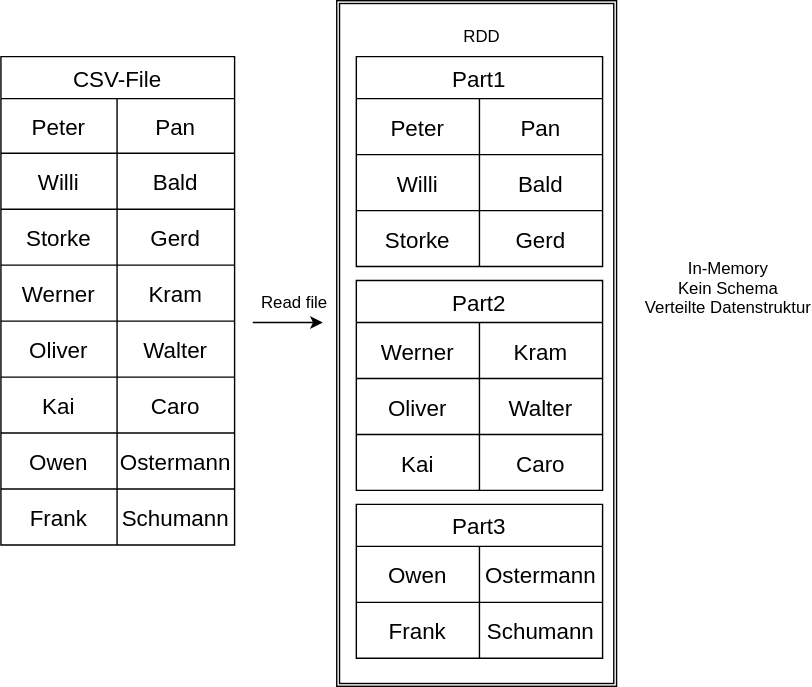
dancier/spark-course keeps this draw.io diagram as course/01-RDD/RDD-basics.dio.svg. Above is the earlier version. Source tidied: cells renumbered, new cells last; positions are measured from the earlier drawing's top-left corner, leaving out a move shared by most shapes.
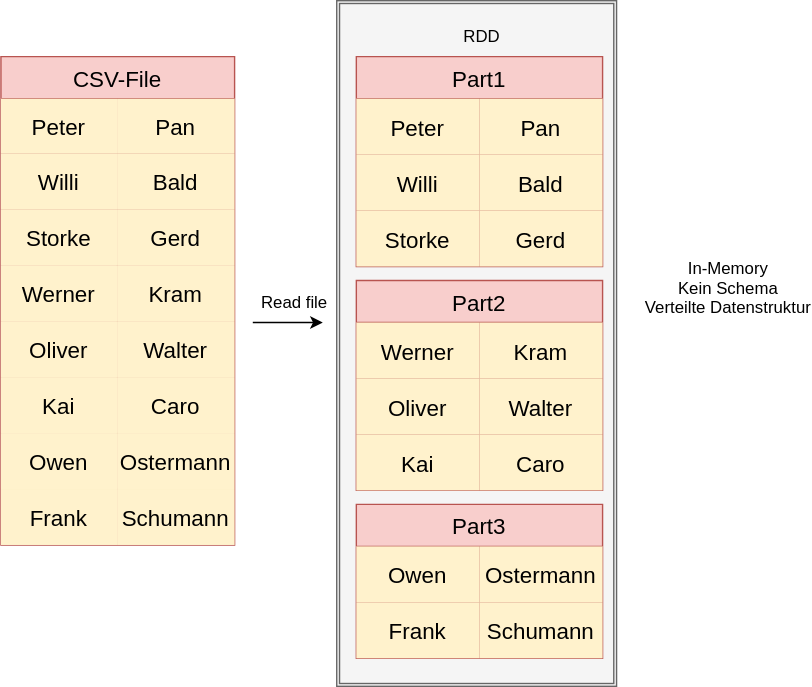
Above is the later version.

What changed in the source:
```diff
@@ -2,82 +2,82 @@
   <root>
     <mxCell id="0" />
     <mxCell id="1" parent="0" />
-    <mxCell id="2" style="shape=ext;double=1;rounded=0;" parent="1" vertex="1">
+    <mxCell id="2" style="shape=ext;double=1;rounded=0;fillColor=#f5f5f5;fontColor=#333333;strokeColor=#666666;" parent="1" vertex="1">
       <mxGeometry x="240" width="200" height="490" as="geometry" />
     </mxCell>
-    <mxCell id="3" value="CSV-File" style="shape=table;startSize=30;strokeColor=default;fontSize=16;" parent="1" vertex="1">
+    <mxCell id="3" value="CSV-File" style="shape=table;startSize=30;strokeColor=#b85450;fontSize=16;fillColor=#f8cecc;" parent="1" vertex="1">
       <mxGeometry y="40" width="167" height="349" as="geometry" />
     </mxCell>
     <mxCell id="4" style="shape=tableRow;horizontal=0;startSize=0;swimlaneHead=0;swimlaneBody=0;strokeColor=inherit;top=0;left=0;bottom=0;right=0;fillColor=none;fontSize=16;" parent="3" vertex="1">
       <mxGeometry y="30" width="167" height="39" as="geometry" />
     </mxCell>
-    <mxCell id="5" value="Peter" style="shape=partialRectangle;strokeColor=inherit;overflow=hidden;fillColor=none;top=0;left=0;bottom=0;right=0;fontSize=16;" parent="4" vertex="1">
+    <mxCell id="5" value="Peter" style="shape=partialRectangle;strokeColor=#d6b656;overflow=hidden;fillColor=#fff2cc;top=0;left=0;bottom=0;right=0;fontSize=16;" parent="4" vertex="1">
       <mxGeometry width="83" height="39" as="geometry" />
     </mxCell>
-    <mxCell id="6" value="Pan" style="shape=partialRectangle;strokeColor=inherit;overflow=hidden;fillColor=none;top=0;left=0;bottom=0;right=0;fontSize=16;" parent="4" vertex="1">
+    <mxCell id="6" value="Pan" style="shape=partialRectangle;strokeColor=#d6b656;overflow=hidden;fillColor=#fff2cc;top=0;left=0;bottom=0;right=0;fontSize=16;" parent="4" vertex="1">
       <mxGeometry x="83" width="84" height="39" as="geometry" />
     </mxCell>
     <mxCell id="7" style="shape=tableRow;horizontal=0;startSize=0;swimlaneHead=0;swimlaneBody=0;strokeColor=inherit;top=0;left=0;bottom=0;right=0;fillColor=none;fontSize=16;" parent="3" vertex="1">
       <mxGeometry y="69" width="167" height="40" as="geometry" />
     </mxCell>
-    <mxCell id="8" value="Willi" style="shape=partialRectangle;strokeColor=inherit;overflow=hidden;fillColor=none;top=0;left=0;bottom=0;right=0;fontSize=16;" parent="7" vertex="1">
+    <mxCell id="8" value="Willi" style="shape=partialRectangle;strokeColor=#d6b656;overflow=hidden;fillColor=#fff2cc;top=0;left=0;bottom=0;right=0;fontSize=16;" parent="7" vertex="1">
       <mxGeometry width="83" height="40" as="geometry" />
     </mxCell>
-    <mxCell id="9" value="Bald" style="shape=partialRectangle;strokeColor=inherit;overflow=hidden;fillColor=none;top=0;left=0;bottom=0;right=0;fontSize=16;" parent="7" vertex="1">
+    <mxCell id="9" value="Bald" style="shape=partialRectangle;strokeColor=#d6b656;overflow=hidden;fillColor=#fff2cc;top=0;left=0;bottom=0;right=0;fontSize=16;" parent="7" vertex="1">
       <mxGeometry x="83" width="84" height="40" as="geometry" />
     </mxCell>
     <mxCell id="10" style="shape=tableRow;horizontal=0;startSize=0;swimlaneHead=0;swimlaneBody=0;strokeColor=inherit;top=0;left=0;bottom=0;right=0;fillColor=none;fontSize=16;" parent="3" vertex="1">
       <mxGeometry y="109" width="167" height="40" as="geometry" />
     </mxCell>
-    <mxCell id="11" value="Storke" style="shape=partialRectangle;strokeColor=inherit;overflow=hidden;fillColor=none;top=0;left=0;bottom=0;right=0;fontSize=16;" parent="10" vertex="1">
+    <mxCell id="11" value="Storke" style="shape=partialRectangle;strokeColor=#d6b656;overflow=hidden;fillColor=#fff2cc;top=0;left=0;bottom=0;right=0;fontSize=16;" parent="10" vertex="1">
       <mxGeometry width="83" height="40" as="geometry" />
     </mxCell>
-    <mxCell id="12" value="Gerd" style="shape=partialRectangle;strokeColor=inherit;overflow=hidden;fillColor=none;top=0;left=0;bottom=0;right=0;fontSize=16;" parent="10" vertex="1">
+    <mxCell id="12" value="Gerd" style="shape=partialRectangle;strokeColor=#d6b656;overflow=hidden;fillColor=#fff2cc;top=0;left=0;bottom=0;right=0;fontSize=16;" parent="10" vertex="1">
       <mxGeometry x="83" width="84" height="40" as="geometry" />
     </mxCell>
     <mxCell id="13" style="shape=tableRow;horizontal=0;startSize=0;swimlaneHead=0;swimlaneBody=0;strokeColor=inherit;top=0;left=0;bottom=0;right=0;fillColor=none;fontSize=16;" parent="3" vertex="1">
       <mxGeometry y="149" width="167" height="40" as="geometry" />
     </mxCell>
-    <mxCell id="14" value="Werner" style="shape=partialRectangle;strokeColor=inherit;overflow=hidden;fillColor=none;top=0;left=0;bottom=0;right=0;fontSize=16;" parent="13" vertex="1">
+    <mxCell id="14" value="Werner" style="shape=partialRectangle;strokeColor=#d6b656;overflow=hidden;fillColor=#fff2cc;top=0;left=0;bottom=0;right=0;fontSize=16;" parent="13" vertex="1">
       <mxGeometry width="83" height="40" as="geometry" />
     </mxCell>
-    <mxCell id="15" value="Kram" style="shape=partialRectangle;strokeColor=inherit;overflow=hidden;fillColor=none;top=0;left=0;bottom=0;right=0;fontSize=16;" parent="13" vertex="1">
+    <mxCell id="15" value="Kram" style="shape=partialRectangle;strokeColor=#d6b656;overflow=hidden;fillColor=#fff2cc;top=0;left=0;bottom=0;right=0;fontSize=16;" parent="13" vertex="1">
       <mxGeometry x="83" width="84" height="40" as="geometry" />
     </mxCell>
     <mxCell id="16" style="shape=tableRow;horizontal=0;startSize=0;swimlaneHead=0;swimlaneBody=0;strokeColor=inherit;top=0;left=0;bottom=0;right=0;fillColor=none;fontSize=16;" parent="3" vertex="1">
       <mxGeometry y="189" width="167" height="40" as="geometry" />
     </mxCell>
-    <mxCell id="17" value="Oliver" style="shape=partialRectangle;strokeColor=inherit;overflow=hidden;fillColor=none;top=0;left=0;bottom=0;right=0;fontSize=16;" parent="16" vertex="1">
+    <mxCell id="17" value="Oliver" style="shape=partialRectangle;strokeColor=#d6b656;overflow=hidden;fillColor=#fff2cc;top=0;left=0;bottom=0;right=0;fontSize=16;" parent="16" vertex="1">
       <mxGeometry width="83" height="40" as="geometry" />
     </mxCell>
-    <mxCell id="18" value="Walter" style="shape=partialRectangle;strokeColor=inherit;overflow=hidden;fillColor=none;top=0;left=0;bottom=0;right=0;fontSize=16;" parent="16" vertex="1">
+    <mxCell id="18" value="Walter" style="shape=partialRectangle;strokeColor=#d6b656;overflow=hidden;fillColor=#fff2cc;top=0;left=0;bottom=0;right=0;fontSize=16;" parent="16" vertex="1">
       <mxGeometry x="83" width="84" height="40" as="geometry" />
     </mxCell>
     <mxCell id="19" style="shape=tableRow;horizontal=0;startSize=0;swimlaneHead=0;swimlaneBody=0;strokeColor=inherit;top=0;left=0;bottom=0;right=0;fillColor=none;fontSize=16;" parent="3" vertex="1">
       <mxGeometry y="229" width="167" height="40" as="geometry" />
     </mxCell>
-    <mxCell id="20" value="Kai" style="shape=partialRectangle;strokeColor=inherit;overflow=hidden;fillColor=none;top=0;left=0;bottom=0;right=0;fontSize=16;" parent="19" vertex="1">
+    <mxCell id="20" value="Kai" style="shape=partialRectangle;strokeColor=#d6b656;overflow=hidden;fillColor=#fff2cc;top=0;left=0;bottom=0;right=0;fontSize=16;" parent="19" vertex="1">
       <mxGeometry width="83" height="40" as="geometry" />
     </mxCell>
-    <mxCell id="21" value="Caro" style="shape=partialRectangle;strokeColor=inherit;overflow=hidden;fillColor=none;top=0;left=0;bottom=0;right=0;fontSize=16;" parent="19" vertex="1">
+    <mxCell id="21" value="Caro" style="shape=partialRectangle;strokeColor=#d6b656;overflow=hidden;fillColor=#fff2cc;top=0;left=0;bottom=0;right=0;fontSize=16;" parent="19" vertex="1">
       <mxGeometry x="83" width="84" height="40" as="geometry" />
     </mxCell>
     <mxCell id="22" style="shape=tableRow;horizontal=0;startSize=0;swimlaneHead=0;swimlaneBody=0;strokeColor=inherit;top=0;left=0;bottom=0;right=0;fillColor=none;fontSize=16;" parent="3" vertex="1">
       <mxGeometry y="269" width="167" height="40" as="geometry" />
     </mxCell>
-    <mxCell id="23" value="Owen" style="shape=partialRectangle;strokeColor=inherit;overflow=hidden;fillColor=none;top=0;left=0;bottom=0;right=0;fontSize=16;" parent="22" vertex="1">
+    <mxCell id="23" value="Owen" style="shape=partialRectangle;strokeColor=#d6b656;overflow=hidden;fillColor=#fff2cc;top=0;left=0;bottom=0;right=0;fontSize=16;" parent="22" vertex="1">
       <mxGeometry width="83" height="40" as="geometry" />
     </mxCell>
-    <mxCell id="24" value="Ostermann" style="shape=partialRectangle;strokeColor=inherit;overflow=hidden;fillColor=none;top=0;left=0;bottom=0;right=0;fontSize=16;" parent="22" vertex="1">
+    <mxCell id="24" value="Ostermann" style="shape=partialRectangle;strokeColor=#d6b656;overflow=hidden;fillColor=#fff2cc;top=0;left=0;bottom=0;right=0;fontSize=16;" parent="22" vertex="1">
       <mxGeometry x="83" width="84" height="40" as="geometry" />
     </mxCell>
     <mxCell id="25" style="shape=tableRow;horizontal=0;startSize=0;swimlaneHead=0;swimlaneBody=0;strokeColor=inherit;top=0;left=0;bottom=0;right=0;fillColor=none;fontSize=16;" parent="3" vertex="1">
       <mxGeometry y="309" width="167" height="40" as="geometry" />
     </mxCell>
-    <mxCell id="26" value="Frank" style="shape=partialRectangle;strokeColor=inherit;overflow=hidden;fillColor=none;top=0;left=0;bottom=0;right=0;fontSize=16;" parent="25" vertex="1">
+    <mxCell id="26" value="Frank" style="shape=partialRectangle;strokeColor=#d6b656;overflow=hidden;fillColor=#fff2cc;top=0;left=0;bottom=0;right=0;fontSize=16;" parent="25" vertex="1">
       <mxGeometry width="83" height="40" as="geometry" />
     </mxCell>
-    <mxCell id="27" value="Schumann" style="shape=partialRectangle;strokeColor=inherit;overflow=hidden;fillColor=none;top=0;left=0;bottom=0;right=0;fontSize=16;" parent="25" vertex="1">
+    <mxCell id="27" value="Schumann" style="shape=partialRectangle;strokeColor=#d6b656;overflow=hidden;fillColor=#fff2cc;top=0;left=0;bottom=0;right=0;fontSize=16;" parent="25" vertex="1">
       <mxGeometry x="83" width="84" height="40" as="geometry" />
     </mxCell>
     <mxCell id="28" style="endArrow=classic;rounded=0;" parent="1" edge="1">
@@ -86,85 +86,85 @@
         <mxPoint x="230" y="230" as="targetPoint" />
       </mxGeometry>
     </mxCell>
-    <mxCell id="29" value="Part1" style="shape=table;startSize=30;strokeColor=default;fontSize=16;" parent="1" vertex="1">
+    <mxCell id="29" value="Part1" style="shape=table;startSize=30;strokeColor=#b85450;fontSize=16;fillColor=#f8cecc;" parent="1" vertex="1">
       <mxGeometry x="254" y="40" width="176" height="150" as="geometry" />
     </mxCell>
     <mxCell id="30" style="shape=tableRow;horizontal=0;startSize=0;swimlaneHead=0;swimlaneBody=0;strokeColor=inherit;top=0;left=0;bottom=0;right=0;fillColor=none;fontSize=16;" parent="29" vertex="1">
       <mxGeometry y="30" width="176" height="40" as="geometry" />
     </mxCell>
-    <mxCell id="31" value="Peter" style="shape=partialRectangle;strokeColor=inherit;overflow=hidden;fillColor=none;top=0;left=0;bottom=0;right=0;fontSize=16;" parent="30" vertex="1">
+    <mxCell id="31" value="Peter" style="shape=partialRectangle;strokeColor=#d6b656;overflow=hidden;fillColor=#fff2cc;top=0;left=0;bottom=0;right=0;fontSize=16;" parent="30" vertex="1">
       <mxGeometry width="88" height="40" as="geometry" />
     </mxCell>
-    <mxCell id="32" value="Pan" style="shape=partialRectangle;strokeColor=inherit;overflow=hidden;fillColor=none;top=0;left=0;bottom=0;right=0;fontSize=16;" parent="30" vertex="1">
+    <mxCell id="32" value="Pan" style="shape=partialRectangle;strokeColor=#d6b656;overflow=hidden;fillColor=#fff2cc;top=0;left=0;bottom=0;right=0;fontSize=16;" parent="30" vertex="1">
       <mxGeometry x="88" width="88" height="40" as="geometry" />
     </mxCell>
     <mxCell id="33" style="shape=tableRow;horizontal=0;startSize=0;swimlaneHead=0;swimlaneBody=0;strokeColor=inherit;top=0;left=0;bottom=0;right=0;fillColor=none;fontSize=16;" parent="29" vertex="1">
       <mxGeometry y="70" width="176" height="40" as="geometry" />
     </mxCell>
-    <mxCell id="34" value="Willi" style="shape=partialRectangle;strokeColor=inherit;overflow=hidden;fillColor=none;top=0;left=0;bottom=0;right=0;fontSize=16;" parent="33" vertex="1">
+    <mxCell id="34" value="Willi" style="shape=partialRectangle;strokeColor=#d6b656;overflow=hidden;fillColor=#fff2cc;top=0;left=0;bottom=0;right=0;fontSize=16;" parent="33" vertex="1">
       <mxGeometry width="88" height="40" as="geometry" />
     </mxCell>
-    <mxCell id="35" value="Bald" style="shape=partialRectangle;strokeColor=inherit;overflow=hidden;fillColor=none;top=0;left=0;bottom=0;right=0;fontSize=16;" parent="33" vertex="1">
+    <mxCell id="35" value="Bald" style="shape=partialRectangle;strokeColor=#d6b656;overflow=hidden;fillColor=#fff2cc;top=0;left=0;bottom=0;right=0;fontSize=16;" parent="33" vertex="1">
       <mxGeometry x="88" width="88" height="40" as="geometry" />
     </mxCell>
     <mxCell id="36" style="shape=tableRow;horizontal=0;startSize=0;swimlaneHead=0;swimlaneBody=0;strokeColor=inherit;top=0;left=0;bottom=0;right=0;fillColor=none;fontSize=16;" parent="29" vertex="1">
       <mxGeometry y="110" width="176" height="40" as="geometry" />
     </mxCell>
-    <mxCell id="37" value="Storke" style="shape=partialRectangle;strokeColor=inherit;overflow=hidden;fillColor=none;top=0;left=0;bottom=0;right=0;fontSize=16;" parent="36" vertex="1">
+    <mxCell id="37" value="Storke" style="shape=partialRectangle;strokeColor=#d6b656;overflow=hidden;fillColor=#fff2cc;top=0;left=0;bottom=0;right=0;fontSize=16;" parent="36" vertex="1">
       <mxGeometry width="88" height="40" as="geometry" />
     </mxCell>
-    <mxCell id="38" value="Gerd" style="shape=partialRectangle;strokeColor=inherit;overflow=hidden;fillColor=none;top=0;left=0;bottom=0;right=0;fontSize=16;" parent="36" vertex="1">
+    <mxCell id="38" value="Gerd" style="shape=partialRectangle;strokeColor=#d6b656;overflow=hidden;fillColor=#fff2cc;top=0;left=0;bottom=0;right=0;fontSize=16;" parent="36" vertex="1">
       <mxGeometry x="88" width="88" height="40" as="geometry" />
     </mxCell>
-    <mxCell id="39" value="Part2" style="shape=table;startSize=30;strokeColor=default;fontSize=16;" parent="1" vertex="1">
+    <mxCell id="39" value="Part2" style="shape=table;startSize=30;strokeColor=#b85450;fontSize=16;fillColor=#f8cecc;" parent="1" vertex="1">
       <mxGeometry x="254" y="200" width="176" height="150" as="geometry" />
     </mxCell>
     <mxCell id="40" style="shape=tableRow;horizontal=0;startSize=0;swimlaneHead=0;swimlaneBody=0;strokeColor=inherit;top=0;left=0;bottom=0;right=0;fillColor=none;fontSize=16;" parent="39" vertex="1">
       <mxGeometry y="30" width="176" height="40" as="geometry" />
     </mxCell>
-    <mxCell id="41" value="Werner" style="shape=partialRectangle;strokeColor=inherit;overflow=hidden;fillColor=none;top=0;left=0;bottom=0;right=0;fontSize=16;" parent="40" vertex="1">
+    <mxCell id="41" value="Werner" style="shape=partialRectangle;strokeColor=#d6b656;overflow=hidden;fillColor=#fff2cc;top=0;left=0;bottom=0;right=0;fontSize=16;" parent="40" vertex="1">
       <mxGeometry width="88" height="40" as="geometry" />
     </mxCell>
-    <mxCell id="42" value="Kram" style="shape=partialRectangle;strokeColor=inherit;overflow=hidden;fillColor=none;top=0;left=0;bottom=0;right=0;fontSize=16;" parent="40" vertex="1">
+    <mxCell id="42" value="Kram" style="shape=partialRectangle;strokeColor=#d6b656;overflow=hidden;fillColor=#fff2cc;top=0;left=0;bottom=0;right=0;fontSize=16;" parent="40" vertex="1">
       <mxGeometry x="88" width="88" height="40" as="geometry" />
     </mxCell>
     <mxCell id="43" style="shape=tableRow;horizontal=0;startSize=0;swimlaneHead=0;swimlaneBody=0;strokeColor=inherit;top=0;left=0;bottom=0;right=0;fillColor=none;fontSize=16;" parent="39" vertex="1">
       <mxGeometry y="70" width="176" height="40" as="geometry" />
     </mxCell>
-    <mxCell id="44" value="Oliver" style="shape=partialRectangle;strokeColor=inherit;overflow=hidden;fillColor=none;top=0;left=0;bottom=0;right=0;fontSize=16;" parent="43" vertex="1">
+    <mxCell id="44" value="Oliver" style="shape=partialRectangle;strokeColor=#d6b656;overflow=hidden;fillColor=#fff2cc;top=0;left=0;bottom=0;right=0;fontSize=16;" parent="43" vertex="1">
       <mxGeometry width="88" height="40" as="geometry" />
     </mxCell>
-    <mxCell id="45" value="Walter" style="shape=partialRectangle;strokeColor=inherit;overflow=hidden;fillColor=none;top=0;left=0;bottom=0;right=0;fontSize=16;" parent="43" vertex="1">
+    <mxCell id="45" value="Walter" style="shape=partialRectangle;strokeColor=#d6b656;overflow=hidden;fillColor=#fff2cc;top=0;left=0;bottom=0;right=0;fontSize=16;" parent="43" vertex="1">
       <mxGeometry x="88" width="88" height="40" as="geometry" />
     </mxCell>
     <mxCell id="46" style="shape=tableRow;horizontal=0;startSize=0;swimlaneHead=0;swimlaneBody=0;strokeColor=inherit;top=0;left=0;bottom=0;right=0;fillColor=none;fontSize=16;" parent="39" vertex="1">
       <mxGeometry y="110" width="176" height="40" as="geometry" />
     </mxCell>
-    <mxCell id="47" value="Kai" style="shape=partialRectangle;strokeColor=inherit;overflow=hidden;fillColor=none;top=0;left=0;bottom=0;right=0;fontSize=16;" parent="46" vertex="1">
+    <mxCell id="47" value="Kai" style="shape=partialRectangle;strokeColor=#d6b656;overflow=hidden;fillColor=#fff2cc;top=0;left=0;bottom=0;right=0;fontSize=16;" parent="46" vertex="1">
       <mxGeometry width="88" height="40" as="geometry" />
     </mxCell>
-    <mxCell id="48" value="Caro" style="shape=partialRectangle;strokeColor=inherit;overflow=hidden;fillColor=none;top=0;left=0;bottom=0;right=0;fontSize=16;" parent="46" vertex="1">
+    <mxCell id="48" value="Caro" style="shape=partialRectangle;strokeColor=#d6b656;overflow=hidden;fillColor=#fff2cc;top=0;left=0;bottom=0;right=0;fontSize=16;" parent="46" vertex="1">
       <mxGeometry x="88" width="88" height="40" as="geometry" />
     </mxCell>
-    <mxCell id="49" value="Part3" style="shape=table;startSize=30;strokeColor=default;fontSize=16;" parent="1" vertex="1">
+    <mxCell id="49" value="Part3" style="shape=table;startSize=30;strokeColor=#b85450;fontSize=16;fillColor=#f8cecc;" parent="1" vertex="1">
       <mxGeometry x="254" y="360" width="176" height="110" as="geometry" />
     </mxCell>
     <mxCell id="50" style="shape=tableRow;horizontal=0;startSize=0;swimlaneHead=0;swimlaneBody=0;strokeColor=inherit;top=0;left=0;bottom=0;right=0;fillColor=none;fontSize=16;" parent="49" vertex="1">
       <mxGeometry y="30" width="176" height="40" as="geometry" />
     </mxCell>
-    <mxCell id="51" value="Owen" style="shape=partialRectangle;strokeColor=inherit;overflow=hidden;fillColor=none;top=0;left=0;bottom=0;right=0;fontSize=16;" parent="50" vertex="1">
+    <mxCell id="51" value="Owen" style="shape=partialRectangle;strokeColor=#d6b656;overflow=hidden;fillColor=#fff2cc;top=0;left=0;bottom=0;right=0;fontSize=16;" parent="50" vertex="1">
       <mxGeometry width="88" height="40" as="geometry" />
     </mxCell>
-    <mxCell id="52" value="Ostermann" style="shape=partialRectangle;strokeColor=inherit;overflow=hidden;fillColor=none;top=0;left=0;bottom=0;right=0;fontSize=16;" parent="50" vertex="1">
+    <mxCell id="52" value="Ostermann" style="shape=partialRectangle;strokeColor=#d6b656;overflow=hidden;fillColor=#fff2cc;top=0;left=0;bottom=0;right=0;fontSize=16;" parent="50" vertex="1">
       <mxGeometry x="88" width="88" height="40" as="geometry" />
     </mxCell>
     <mxCell id="53" style="shape=tableRow;horizontal=0;startSize=0;swimlaneHead=0;swimlaneBody=0;strokeColor=inherit;top=0;left=0;bottom=0;right=0;fillColor=none;fontSize=16;" parent="49" vertex="1">
       <mxGeometry y="70" width="176" height="40" as="geometry" />
     </mxCell>
-    <mxCell id="54" value="Frank" style="shape=partialRectangle;strokeColor=inherit;overflow=hidden;fillColor=none;top=0;left=0;bottom=0;right=0;fontSize=16;" parent="53" vertex="1">
+    <mxCell id="54" value="Frank" style="shape=partialRectangle;strokeColor=#d6b656;overflow=hidden;fillColor=#fff2cc;top=0;left=0;bottom=0;right=0;fontSize=16;" parent="53" vertex="1">
       <mxGeometry width="88" height="40" as="geometry" />
     </mxCell>
-    <mxCell id="55" value="Schumann" style="shape=partialRectangle;strokeColor=inherit;overflow=hidden;fillColor=none;top=0;left=0;bottom=0;right=0;fontSize=16;" parent="53" vertex="1">
+    <mxCell id="55" value="Schumann" style="shape=partialRectangle;strokeColor=#d6b656;overflow=hidden;fillColor=#fff2cc;top=0;left=0;bottom=0;right=0;fontSize=16;" parent="53" vertex="1">
       <mxGeometry x="88" width="88" height="40" as="geometry" />
     </mxCell>
     <mxCell id="56" value="RDD" style="text;strokeColor=none;fillColor=none;align=center;verticalAlign=middle;rounded=0;" parent="1" vertex="1">
```
